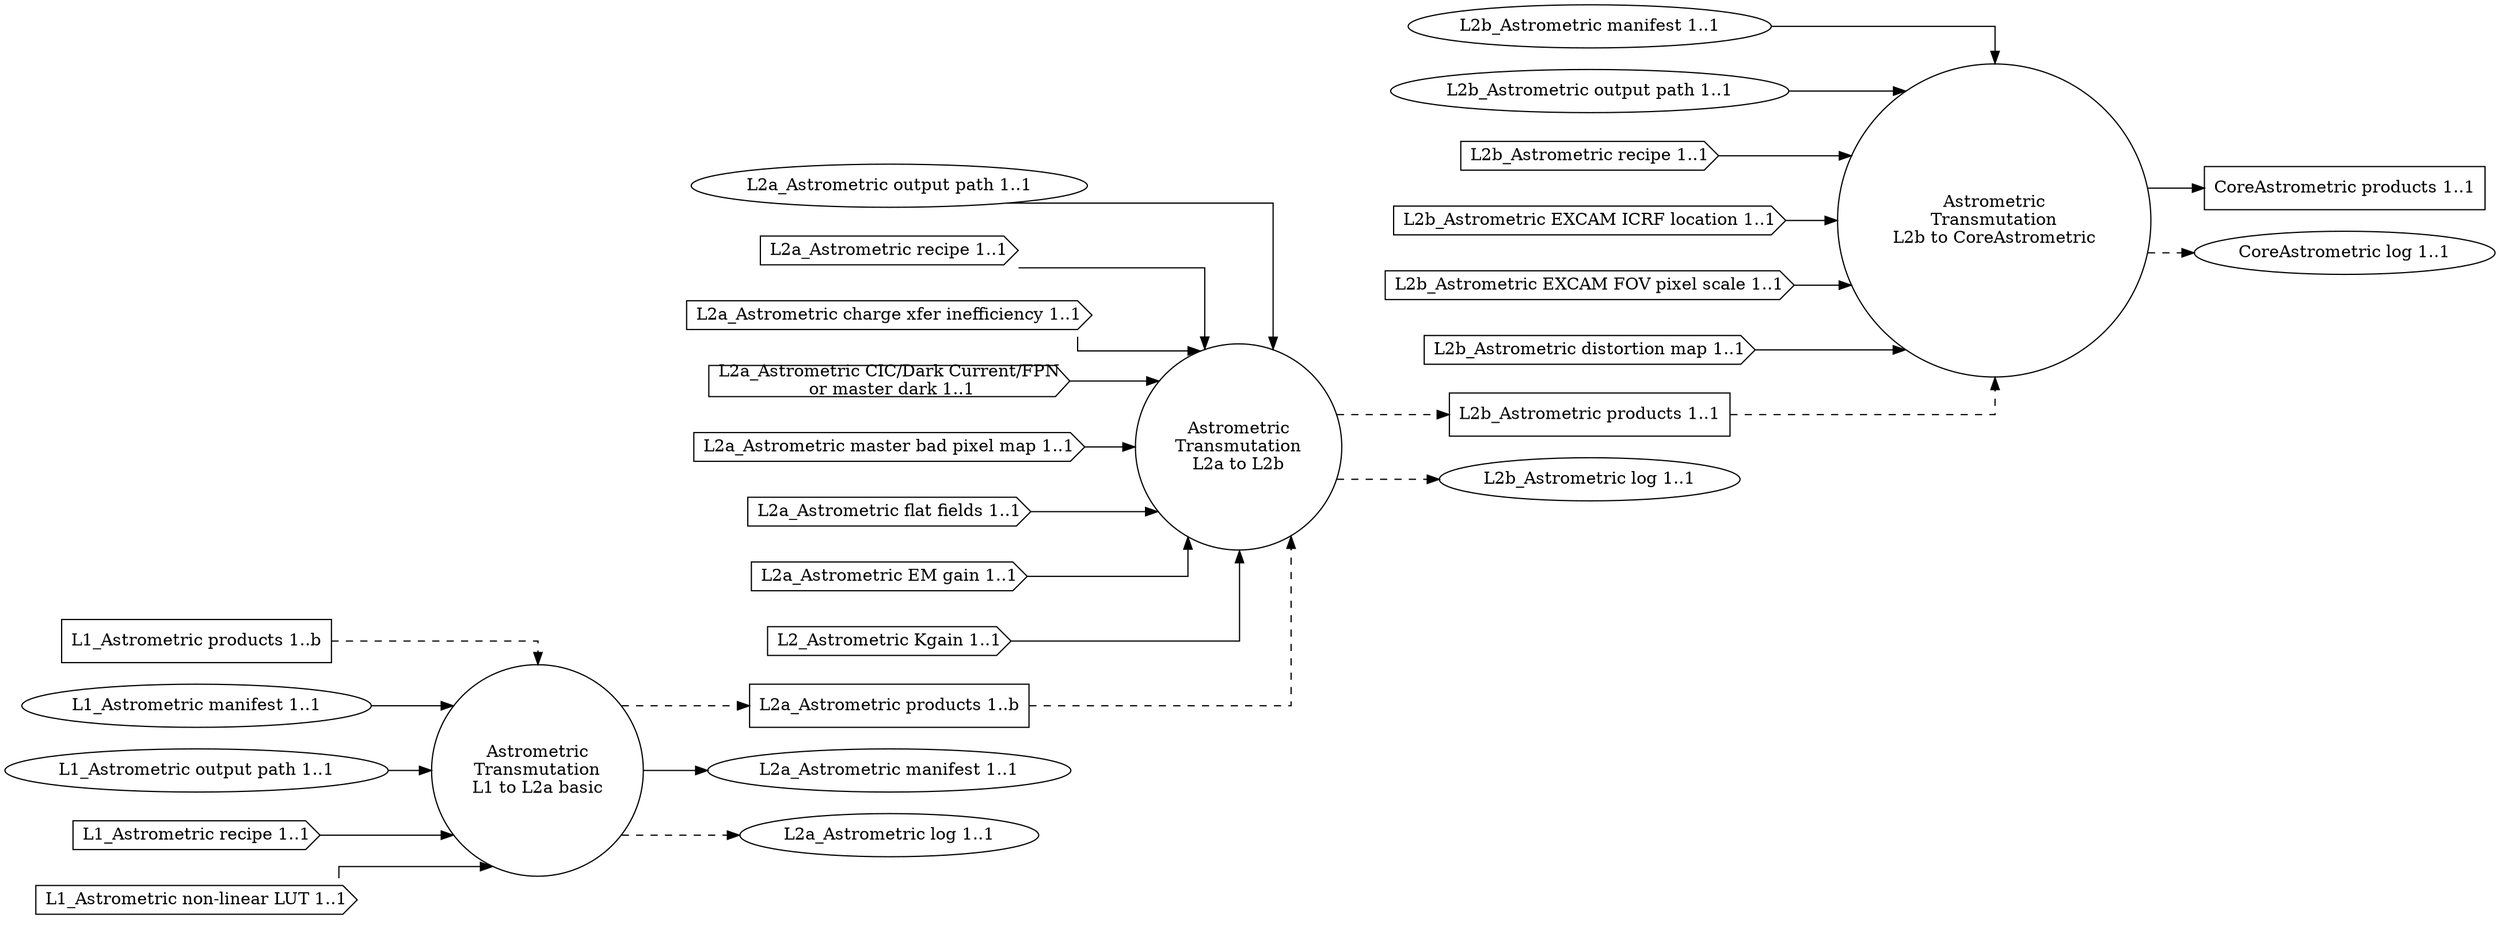
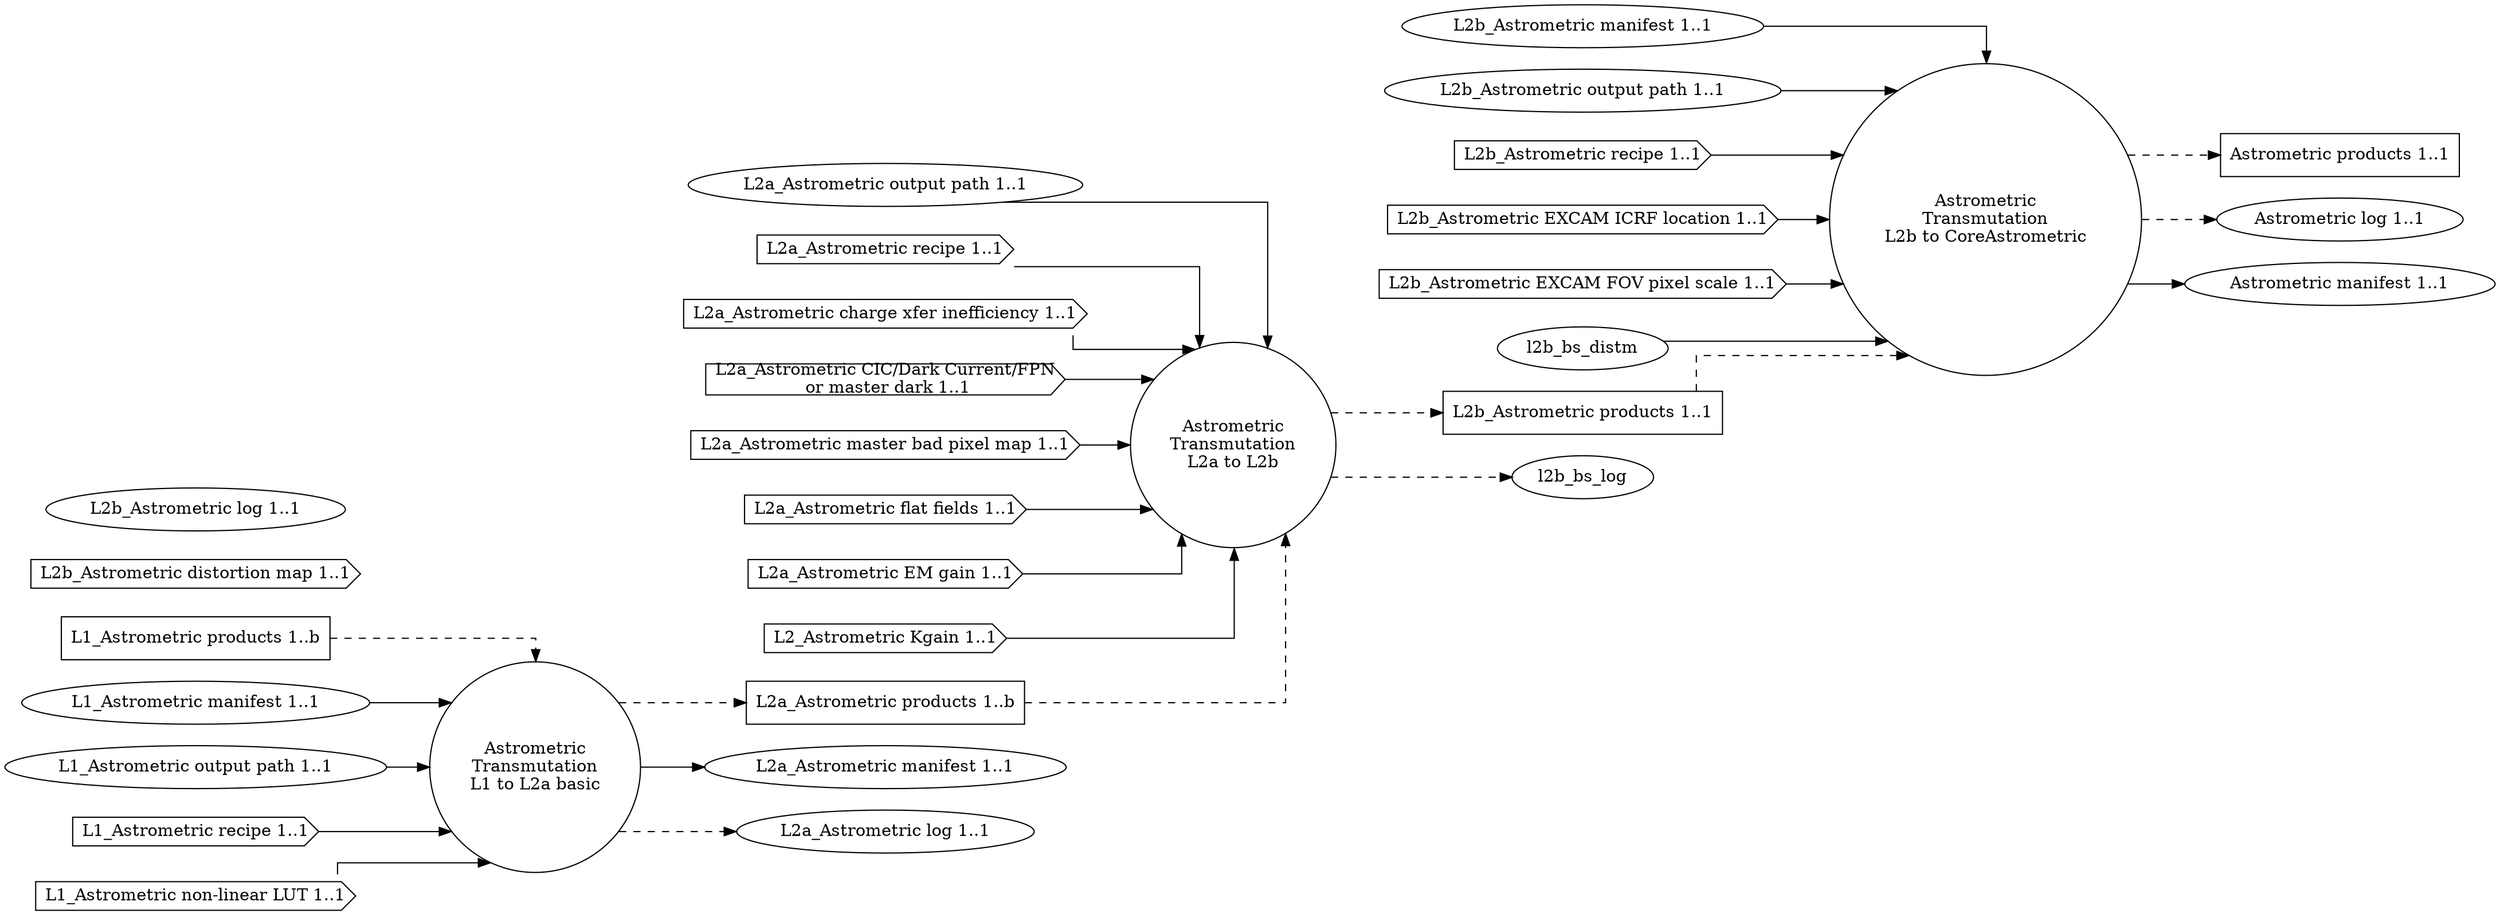
digraph Astrometric
{
  graph [splines="ortho", rankdir=LR];

  trans_bs_l1_l2a_basic [label="Astrometric\nTransmutation\nL1 to L2a basic", shape="circle"];
  trans_bs_l2a_l2b [label="Astrometric\nTransmutation\nL2a to L2b", shape="circle"];
-   trans_bs_l2b_ctp [label="Astrometric\nTransmutation\nL2b to CoreAstrometric", shape="circle"];
+   trans_bs_l2b_abs [label="Astrometric\nTransmutation\nL2b to CoreAstrometric", shape="circle"];

  l1_bs_prod [label="L1_Astrometric products 1..b", shape="rectangle"];
  l1_bs_man [label="L1_Astrometric manifest 1..1", shape="ellipse"];
  l1_bs_odir [label="L1_Astrometric output path 1..1", shape="ellipse"];
  l1_bs_rec [label="L1_Astrometric recipe 1..1", shape="cds"];
  l1_bs_nllut [label="L1_Astrometric non-linear LUT 1..1", shape="cds"];

  l2a_bs_prod [label="L2a_Astrometric products 1..b", shape="rectangle"];
  l2a_bs_man [label="L2a_Astrometric manifest 1..1", shape="ellipse"];
  l2a_bs_odir [label="L2a_Astrometric output path 1..1", shape="ellipse"];
  l2a_bs_rec [label="L2a_Astrometric recipe 1..1", shape="cds"];
  l2a_bs_cti [label="L2a_Astrometric charge xfer inefficiency 1..1", shape="cds"];
  l2a_bs_dnb [label="L2a_Astrometric CIC/Dark Current/FPN\n or master dark 1..1", shape="cds"];
  l2a_bs_mbpm [label="L2a_Astrometric master bad pixel map 1..1", shape="cds"];
  l2a_bs_ff [label="L2a_Astrometric flat fields 1..1", shape="cds"];
  l2a_bs_emg [label="L2a_Astrometric EM gain 1..1", shape="cds"];
  l2a_bs_kgain [label="L2_Astrometric Kgain 1..1", shape="cds"];
  l2a_bs_log [label="L2a_Astrometric log 1..1", shape="ellipse"];

  l2b_bs_prod [label="L2b_Astrometric products 1..1", shape="rectangle"];
  l2b_bs_man [label="L2b_Astrometric manifest 1..1", shape="ellipse"];
  l2b_bs_odir [label="L2b_Astrometric output path 1..1", shape="ellipse"];
  l2b_bs_rec [label="L2b_Astrometric recipe 1..1", shape="cds"];
  l2b_bs_excicrf [label="L2b_Astrometric EXCAM ICRF location 1..1", shape="cds"];
  l2b_bs_excfovps [label="L2b_Astrometric EXCAM FOV pixel scale 1..1", shape="cds"];
-   l2b_bs_distm [label="L2b_Astrometric distortion map 1..1", shape="cds"];
-   l2b_bs_log [label="L2b_Astrometric log 1..1", shape="ellipse"];

-   ctp_prod [label="CoreAstrometric products 1..1", shape="rectangle"];
-   ctp_log [label="CoreAstrometric log 1..1", shape="ellipse"];
+   l2b_tp_distm [label="L2b_Astrometric distortion map 1..1", shape="cds"];
+   l2b_tp_log [label="L2b_Astrometric log 1..1", shape="ellipse"];
+ 
+   bs_prod [label="Astrometric products 1..1", shape="rectangle"];
+   bs_log [label="Astrometric log 1..1", shape="ellipse"];
+   bs_man [label="Astrometric manifest 1..1", shape="ellipse"];

  l1_bs_prod -> trans_bs_l1_l2a_basic [style="dashed"];
  l1_bs_man -> trans_bs_l1_l2a_basic;
  l1_bs_odir -> trans_bs_l1_l2a_basic;
  l1_bs_rec -> trans_bs_l1_l2a_basic;
  l1_bs_nllut -> trans_bs_l1_l2a_basic;

  trans_bs_l1_l2a_basic -> l2a_bs_prod [style="dashed"];
  trans_bs_l1_l2a_basic -> l2a_bs_man;
  trans_bs_l1_l2a_basic -> l2a_bs_log [style="dashed"];

  l2a_bs_prod -> trans_bs_l2a_l2b [style="dashed"];
  l2a_bs_kgain -> trans_bs_l2a_l2b;
  l2a_bs_odir -> trans_bs_l2a_l2b;
  l2a_bs_rec -> trans_bs_l2a_l2b;
  l2a_bs_cti -> trans_bs_l2a_l2b;
  l2a_bs_dnb -> trans_bs_l2a_l2b;
  l2a_bs_mbpm -> trans_bs_l2a_l2b;
  l2a_bs_ff -> trans_bs_l2a_l2b;
  l2a_bs_emg -> trans_bs_l2a_l2b;

  trans_bs_l2a_l2b -> l2b_bs_prod [style="dashed"];
  trans_bs_l2a_l2b -> l2b_bs_log [style="dashed"];

-   l2b_bs_prod -> trans_bs_l2b_ctp [style="dashed"];
-   l2b_bs_man -> trans_bs_l2b_ctp;
-   l2b_bs_odir -> trans_bs_l2b_ctp;
-   l2b_bs_rec -> trans_bs_l2b_ctp;
-   l2b_bs_excicrf -> trans_bs_l2b_ctp;
-   l2b_bs_excfovps -> trans_bs_l2b_ctp;
-   l2b_bs_distm -> trans_bs_l2b_ctp;
-   trans_bs_l2b_ctp -> ctp_prod;
-   trans_bs_l2b_ctp -> ctp_log [style="dashed"];
+   l2b_bs_prod -> trans_bs_l2b_abs [style="dashed"];
+   l2b_bs_man -> trans_bs_l2b_abs;
+   l2b_bs_odir -> trans_bs_l2b_abs;
+   l2b_bs_rec -> trans_bs_l2b_abs;
+   l2b_bs_excicrf -> trans_bs_l2b_abs;
+   l2b_bs_excfovps -> trans_bs_l2b_abs;
+   l2b_bs_distm -> trans_bs_l2b_abs;
+   trans_bs_l2b_abs -> bs_prod [style="dashed"];
+   trans_bs_l2b_abs -> bs_man;
+   trans_bs_l2b_abs -> bs_log [style="dashed"];

}
